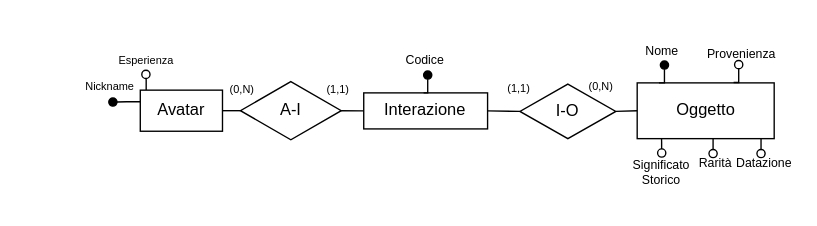
Earlier version of the draw.io diagram WP1/Pattern/Relazione Binaria Interazione/RelazioneBinariaInterazioneDopo.drawio (pnocerino/BasiDiDati). Source tidied: cells renumbered, new cells numbered last; positions are measured from the earlier drawing's top-left corner, leaving out a move shared by most shapes. Both pictures are drawn from the tidied source at 137%, with x=0, y=0 at pixel (89, 34).
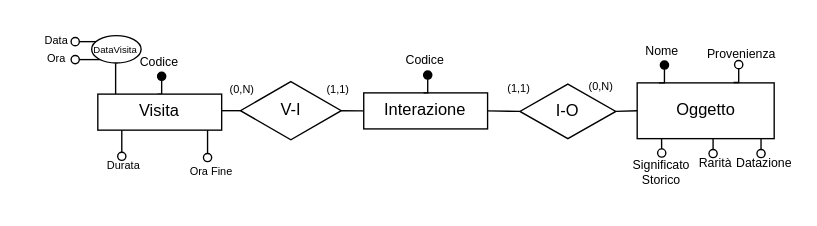
The same page after the edit.

The edit, as a diff of the source:
```diff
@@
-    <mxCell id="15" value="Avatar" style="whiteSpace=wrap;html=1;align=center;" parent="1" vertex="1">
-      <mxGeometry x="36.9" y="40.3" width="60" height="30" as="geometry" />
-    </mxCell>
-    <mxCell id="16" value="&lt;font style=&quot;font-size: 8px;&quot;&gt;Esperienza&lt;/font&gt;" style="text;html=1;align=center;verticalAlign=middle;whiteSpace=wrap;rounded=1;strokeColor=none;" parent="1" vertex="1">
-      <mxGeometry x="17" y="6.8" width="49" height="23" as="geometry" />
-    </mxCell>
-    <mxCell id="17" style="edgeStyle=orthogonalEdgeStyle;rounded=0;orthogonalLoop=1;jettySize=auto;html=1;exitX=0;exitY=0.25;exitDx=0;exitDy=0;endArrow=oval;endFill=1;" parent="1" edge="1">
-      <mxGeometry relative="1" as="geometry">
-        <mxPoint x="36.9" y="48.8" as="sourcePoint" />
-        <mxPoint x="16.9" y="49" as="targetPoint" />
-        <Array as="points">
-          <mxPoint x="26.9" y="49" />
-        </Array>
-      </mxGeometry>
-    </mxCell>
-    <mxCell id="18" value="&lt;font style=&quot;font-size: 8px;&quot;&gt;Nickname&lt;/font&gt;" style="text;html=1;align=center;verticalAlign=middle;whiteSpace=wrap;rounded=1;strokeColor=none;" parent="1" vertex="1">
-      <mxGeometry y="25.3" width="30" height="23.5" as="geometry" />
-    </mxCell>
-    <mxCell id="19" style="edgeStyle=orthogonalEdgeStyle;rounded=0;orthogonalLoop=1;jettySize=auto;html=1;exitX=0.152;exitY=-0.053;exitDx=0;exitDy=0;endArrow=oval;endFill=0;exitPerimeter=0;" parent="1" edge="1">
-      <mxGeometry relative="1" as="geometry">
-        <mxPoint x="41.2" y="40.2" as="sourcePoint" />
-        <mxPoint x="41" y="28.8" as="targetPoint" />
-        <Array as="points">
-          <mxPoint x="41.2" y="32.8" />
-        </Array>
-      </mxGeometry>
-    </mxCell>
-    <mxCell id="20" value="A-I" style="shape=rhombus;perimeter=rhombusPerimeter;whiteSpace=wrap;html=1;align=center;" parent="1" vertex="1">
+    <mxCell id="20" value="V-I" style="shape=rhombus;perimeter=rhombusPerimeter;whiteSpace=wrap;html=1;align=center;" parent="1" vertex="1">
       <mxGeometry x="110" y="34.1" width="73.6" height="42.4" as="geometry" />
     </mxCell>
@@
+    <mxCell id="31" value="&lt;font style=&quot;font-size: 8px;&quot;&gt;Ora&lt;/font&gt;" style="text;html=1;align=center;verticalAlign=middle;whiteSpace=wrap;rounded=1;strokeColor=none;glass=0;" parent="1" vertex="1">
+      <mxGeometry x="-48.6" y="8.1" width="50" height="15" as="geometry" />
+    </mxCell>
+    <mxCell id="32" value="&lt;font style=&quot;font-size: 8px;&quot;&gt;Ora Fine&lt;/font&gt;" style="text;html=1;align=center;verticalAlign=middle;whiteSpace=wrap;rounded=1;strokeColor=none;glass=0;" parent="1" vertex="1">
+      <mxGeometry x="68" y="89.4" width="42" height="19" as="geometry" />
+    </mxCell>
+    <mxCell id="33" value="&lt;font style=&quot;font-size: 8px;&quot;&gt;Data&lt;/font&gt;" style="text;html=1;align=center;verticalAlign=middle;whiteSpace=wrap;rounded=1;strokeColor=none;glass=0;" parent="1" vertex="1">
+      <mxGeometry x="-48.6" y="-4.5" width="50" height="15" as="geometry" />
+    </mxCell>
+    <mxCell id="34" style="edgeStyle=orthogonalEdgeStyle;rounded=0;orthogonalLoop=1;jettySize=auto;html=1;exitX=0;exitY=0;exitDx=0;exitDy=0;endArrow=oval;endFill=0;" parent="1" edge="1">
+      <mxGeometry relative="1" as="geometry">
+        <mxPoint x="8.8" y="4.9" as="sourcePoint" />
+        <mxPoint x="-10.6" y="4.9" as="targetPoint" />
+      </mxGeometry>
+    </mxCell>
+    <mxCell id="35" style="edgeStyle=orthogonalEdgeStyle;rounded=0;orthogonalLoop=1;jettySize=auto;html=1;endArrow=oval;endFill=0;" parent="1" edge="1">
+      <mxGeometry relative="1" as="geometry">
+        <mxPoint x="9.4" y="18" as="sourcePoint" />
+        <mxPoint x="-10.6" y="18" as="targetPoint" />
+      </mxGeometry>
+    </mxCell>
+    <mxCell id="36" style="endArrow=none;html=1;rounded=0;entryX=0.551;entryY=1.003;entryDx=0;entryDy=0;entryPerimeter=0;" parent="1" edge="1">
+      <mxGeometry relative="1" as="geometry">
+        <mxPoint x="18.9" y="43.6" as="sourcePoint" />
+        <mxPoint x="18.9" y="20.6" as="targetPoint" />
+      </mxGeometry>
+    </mxCell>
+    <mxCell id="37" value="&lt;p style=&quot;line-height: 110%;&quot;&gt;&lt;font style=&quot;font-size: 7px;&quot;&gt;DataVisita&lt;/font&gt;&lt;/p&gt;" style="ellipse;whiteSpace=wrap;html=1;" parent="1" vertex="1">
+      <mxGeometry x="1.4" y="0.5" width="36.1" height="20" as="geometry" />
+    </mxCell>
+    <mxCell id="38" style="edgeStyle=orthogonalEdgeStyle;rounded=0;orthogonalLoop=1;jettySize=auto;html=1;exitX=1;exitY=0.5;exitDx=0;exitDy=0;endArrow=oval;endFill=0;" parent="1" edge="1">
+      <mxGeometry relative="1" as="geometry">
+        <mxPoint x="85.9" y="69.5" as="sourcePoint" />
+        <mxPoint x="86" y="89.5" as="targetPoint" />
+        <Array as="points">
+          <mxPoint x="86" y="89.5" />
+        </Array>
+      </mxGeometry>
+    </mxCell>
+    <mxCell id="39" value="&lt;font style=&quot;font-size: 8px;&quot;&gt;Durata&lt;/font&gt;" style="text;html=1;align=center;verticalAlign=middle;whiteSpace=wrap;rounded=1;strokeColor=none;glass=0;" parent="1" vertex="1">
+      <mxGeometry x="-0.5" y="85.5" width="50" height="17" as="geometry" />
+    </mxCell>
+    <mxCell id="40" style="edgeStyle=orthogonalEdgeStyle;rounded=0;orthogonalLoop=1;jettySize=auto;html=1;exitX=1;exitY=0.5;exitDx=0;exitDy=0;endArrow=oval;endFill=0;" parent="1" edge="1">
+      <mxGeometry relative="1" as="geometry">
+        <mxPoint x="23" y="68.1" as="sourcePoint" />
+        <mxPoint x="23.4" y="88.6" as="targetPoint" />
+        <Array as="points">
+          <mxPoint x="23" y="88.1" />
+        </Array>
+      </mxGeometry>
+    </mxCell>
+    <mxCell id="41" style="edgeStyle=orthogonalEdgeStyle;rounded=0;orthogonalLoop=1;jettySize=auto;html=1;exitX=0.25;exitY=0;exitDx=0;exitDy=0;entryX=0.842;entryY=1.009;entryDx=0;entryDy=0;entryPerimeter=0;endArrow=oval;endFill=1;" parent="1" edge="1">
+      <mxGeometry relative="1" as="geometry">
+        <mxPoint x="49.5" y="43.2" as="sourcePoint" />
+        <mxPoint x="52.5" y="30.2" as="targetPoint" />
+      </mxGeometry>
+    </mxCell>
+    <mxCell id="42" value="&lt;font style=&quot;font-size: 9px;&quot;&gt;Codice&lt;/font&gt;" style="text;html=1;align=center;verticalAlign=middle;whiteSpace=wrap;rounded=0;" parent="1" vertex="1">
+      <mxGeometry x="31" y="10.5" width="40" height="17.3" as="geometry" />
+    </mxCell>
+    <mxCell id="43" value="Visita" style="whiteSpace=wrap;html=1;align=center;" parent="1" vertex="1">
+      <mxGeometry x="5.9" y="43.2" width="90.4" height="26.3" as="geometry" />
+    </mxCell>
```
